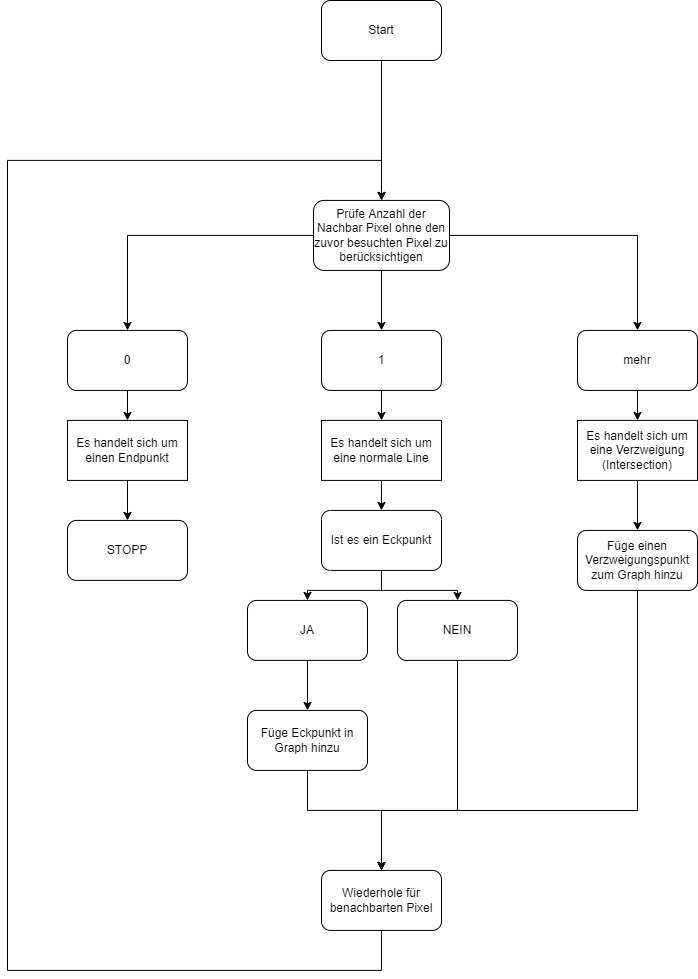
Earlier version of the draw.io export Kapitel/Kapitel-ErstellungEinesGraphen/Dateien/AlgorithmusBlockschaltbild.png (Chris022/matura-arbeit). Source tidied: cells renumbered, new cells last; positions are measured from the earlier drawing's top-left corner, leaving out a move shared by most shapes.
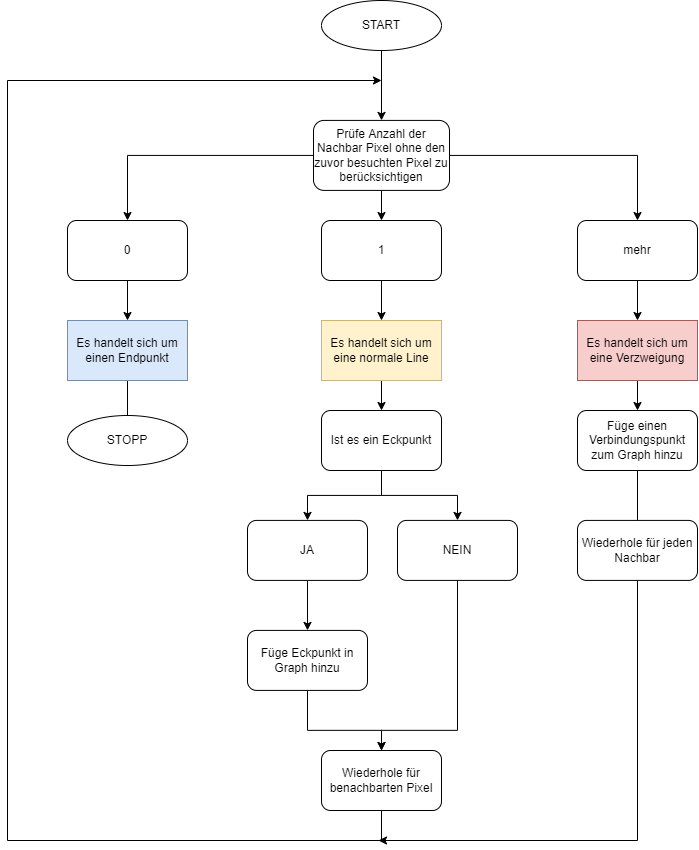
Later version of the same file.

The edit, as a diff of the source:
```diff
@@ -18,37 +18,39 @@
       <mxGeometry relative="1" as="geometry" />
     </mxCell>
     <mxCell id="7" value="0" style="rounded=1;whiteSpace=wrap;html=1;" parent="1" vertex="1">
-      <mxGeometry x="60" y="329.9" width="120" height="60" as="geometry" />
+      <mxGeometry x="60" y="300" width="120" height="60" as="geometry" />
     </mxCell>
     <mxCell id="8" style="edgeStyle=orthogonalEdgeStyle;rounded=0;jettySize=auto;html=1;" parent="1" edge="1" source="9" target="15">
       <mxGeometry relative="1" as="geometry" />
     </mxCell>
     <mxCell id="9" value="1" style="rounded=1;whiteSpace=wrap;html=1;" parent="1" vertex="1">
-      <mxGeometry x="314" y="329.9" width="120" height="60" as="geometry" />
+      <mxGeometry x="314" y="300" width="120" height="60" as="geometry" />
     </mxCell>
     <mxCell id="10" style="edgeStyle=orthogonalEdgeStyle;rounded=0;jettySize=auto;html=1;" parent="1" edge="1" source="11" target="17">
       <mxGeometry relative="1" as="geometry" />
     </mxCell>
     <mxCell id="11" value="mehr" style="rounded=1;whiteSpace=wrap;html=1;" parent="1" vertex="1">
-      <mxGeometry x="570" y="329.9" width="120" height="60" as="geometry" />
+      <mxGeometry x="570" y="300" width="120" height="60" as="geometry" />
     </mxCell>
-    <mxCell id="12" style="edgeStyle=orthogonalEdgeStyle;rounded=0;jettySize=auto;html=1;" parent="1" edge="1" source="13" target="29">
-      <mxGeometry relative="1" as="geometry" />
+    <mxCell id="12" style="edgeStyle=orthogonalEdgeStyle;rounded=0;jettySize=auto;html=1;" parent="1" edge="1" source="13">
+      <mxGeometry relative="1" as="geometry">
+        <mxPoint x="120" y="519.9" as="targetPoint" />
+      </mxGeometry>
     </mxCell>
-    <mxCell id="13" value="Es handelt sich um einen Endpunkt" style="rounded=0;whiteSpace=wrap;html=1;" parent="1" vertex="1">
-      <mxGeometry x="60" y="419.9" width="120" height="60" as="geometry" />
+    <mxCell id="13" value="Es handelt sich um einen Endpunkt" style="rounded=0;whiteSpace=wrap;html=1;fillColor=#dae8fc;strokeColor=#6c8ebf;" parent="1" vertex="1">
+      <mxGeometry x="60" y="400" width="120" height="60" as="geometry" />
     </mxCell>
     <mxCell id="14" style="edgeStyle=orthogonalEdgeStyle;rounded=0;jettySize=auto;html=1;" parent="1" edge="1" source="15" target="20">
       <mxGeometry relative="1" as="geometry" />
     </mxCell>
-    <mxCell id="15" value="Es handelt sich um eine normale Line" style="rounded=0;whiteSpace=wrap;html=1;" parent="1" vertex="1">
-      <mxGeometry x="314" y="419.9" width="120" height="60" as="geometry" />
+    <mxCell id="15" value="Es handelt sich um eine normale Line" style="rounded=0;whiteSpace=wrap;html=1;fillColor=#fff2cc;strokeColor=#d6b656;" parent="1" vertex="1">
+      <mxGeometry x="314" y="400" width="120" height="60" as="geometry" />
     </mxCell>
     <mxCell id="16" style="edgeStyle=orthogonalEdgeStyle;rounded=0;jettySize=auto;html=1;" parent="1" edge="1" source="17" target="31">
       <mxGeometry relative="1" as="geometry" />
     </mxCell>
-    <mxCell id="17" value="Es handelt sich um eine Verzweigung (Intersection)" style="rounded=0;whiteSpace=wrap;html=1;" parent="1" vertex="1">
-      <mxGeometry x="570" y="419.9" width="120" height="60" as="geometry" />
+    <mxCell id="17" value="Es handelt sich um eine Verzweigung" style="rounded=0;whiteSpace=wrap;html=1;fillColor=#f8cecc;strokeColor=#b85450;" parent="1" vertex="1">
+      <mxGeometry x="570" y="400" width="120" height="60" as="geometry" />
     </mxCell>
     <mxCell id="18" style="edgeStyle=orthogonalEdgeStyle;rounded=0;jettySize=auto;html=1;" parent="1" edge="1" source="20" target="24">
       <mxGeometry relative="1" as="geometry" />
@@ -57,7 +59,7 @@
       <mxGeometry relative="1" as="geometry" />
     </mxCell>
     <mxCell id="20" value="Ist es ein Eckpunkt" style="rounded=1;whiteSpace=wrap;html=1;" parent="1" vertex="1">
-      <mxGeometry x="314" y="509.9" width="120" height="60" as="geometry" />
+      <mxGeometry x="314" y="490" width="120" height="60" as="geometry" />
     </mxCell>
     <mxCell id="21" style="edgeStyle=orthogonalEdgeStyle;rounded=0;jettySize=auto;html=1;" parent="1" edge="1" source="22" target="28">
       <mxGeometry relative="1" as="geometry" />
@@ -76,18 +78,19 @@
     <mxCell id="24" value="NEIN" style="rounded=1;whiteSpace=wrap;html=1;" parent="1" vertex="1">
       <mxGeometry x="390" y="599.9" width="120" height="60" as="geometry" />
     </mxCell>
-    <mxCell id="25" style="edgeStyle=orthogonalEdgeStyle;rounded=0;jettySize=auto;html=1;entryX=0.5;entryY=0;entryDx=0;entryDy=0;" parent="1" edge="1" source="26" target="5">
+    <mxCell id="25" style="edgeStyle=orthogonalEdgeStyle;rounded=0;jettySize=auto;html=1;" parent="1" edge="1" source="26">
       <mxGeometry relative="1" as="geometry">
+        <mxPoint x="374" y="160" as="targetPoint" />
         <Array as="points">
-          <mxPoint x="374" y="969.9" />
-          <mxPoint y="969.9" />
-          <mxPoint y="159.9" />
-          <mxPoint x="374" y="159.9" />
+          <mxPoint x="374" y="920" />
+          <mxPoint y="920" />
+          <mxPoint y="160" />
+          <mxPoint x="374" y="160" />
         </Array>
       </mxGeometry>
     </mxCell>
     <mxCell id="26" value="Wiederhole für benachbarten Pixel" style="rounded=1;whiteSpace=wrap;html=1;" parent="1" vertex="1">
-      <mxGeometry x="314" y="869.9" width="120" height="60" as="geometry" />
+      <mxGeometry x="314" y="830" width="120" height="60" as="geometry" />
     </mxCell>
     <mxCell id="27" style="edgeStyle=orthogonalEdgeStyle;rounded=0;jettySize=auto;html=1;" parent="1" edge="1" source="28" target="26">
       <mxGeometry relative="1" as="geometry">
@@ -100,25 +103,38 @@
     <mxCell id="28" value="Füge Eckpunkt in Graph hinzu" style="rounded=1;whiteSpace=wrap;html=1;" parent="1" vertex="1">
       <mxGeometry x="240" y="709.9" width="120" height="60" as="geometry" />
     </mxCell>
-    <mxCell id="29" value="STOPP" style="rounded=1;whiteSpace=wrap;html=1;" parent="1" vertex="1">
-      <mxGeometry x="60" y="519.9" width="120" height="60" as="geometry" />
-    </mxCell>
-    <mxCell id="30" style="edgeStyle=orthogonalEdgeStyle;rounded=0;jettySize=auto;html=1;entryX=0.5;entryY=0;entryDx=0;entryDy=0;exitX=0.5;exitY=1;exitDx=0;exitDy=0;" parent="1" edge="1" source="31" target="26">
-      <mxGeometry relative="1" as="geometry">
-        <Array as="points">
-          <mxPoint x="630" y="810" />
-          <mxPoint x="374" y="810" />
-        </Array>
-      </mxGeometry>
-    </mxCell>
+    <mxCell id="34" style="edgeStyle=orthogonalEdgeStyle;rounded=0;jettySize=auto;html=1;startArrow=none;" parent="1" edge="1" source="37">
+      <mxGeometry relative="1" as="geometry">
+        <mxPoint x="630" y="639.9" as="targetPoint" />
+      </mxGeometry>
+    </mxCell>
-    <mxCell id="31" value="Füge einen Verzweigungspunkt zum Graph hinzu" style="rounded=1;whiteSpace=wrap;html=1;" parent="1" vertex="1">
-      <mxGeometry x="570" y="529.9" width="120" height="60" as="geometry" />
+    <mxCell id="31" value="Füge einen Verbindungspunkt zum Graph hinzu" style="rounded=1;whiteSpace=wrap;html=1;" parent="1" vertex="1">
+      <mxGeometry x="570" y="490" width="120" height="60" as="geometry" />
     </mxCell>
-    <mxCell id="32" style="edgeStyle=orthogonalEdgeStyle;rounded=0;jettySize=auto;html=1;entryX=0.5;entryY=0;entryDx=0;entryDy=0;" parent="1" edge="1" source="33" target="5">
-      <mxGeometry relative="1" as="geometry" />
+    <mxCell id="32" style="edgeStyle=orthogonalEdgeStyle;rounded=0;jettySize=auto;html=1;entryX=0.5;entryY=0;entryDx=0;entryDy=0;" parent="1" edge="1" target="5">
+      <mxGeometry relative="1" as="geometry">
+        <mxPoint x="374" y="130" as="sourcePoint" />
+      </mxGeometry>
     </mxCell>
-    <mxCell id="33" value="Start" style="rounded=1;whiteSpace=wrap;html=1;" parent="1" vertex="1">
-      <mxGeometry x="314" width="120" height="60" as="geometry" />
-    </mxCell>
+    <mxCell id="35" style="edgeStyle=orthogonalEdgeStyle;rounded=0;jettySize=auto;html=1;exitX=0.5;exitY=1;exitDx=0;exitDy=0;" parent="1" edge="1" source="37">
+      <mxGeometry relative="1" as="geometry">
+        <mxPoint x="371" y="920" as="targetPoint" />
+        <Array as="points">
+          <mxPoint x="630" y="920" />
+        </Array>
+      </mxGeometry>
+    </mxCell>
+    <mxCell id="29" value="STOPP" style="ellipse;whiteSpace=wrap;html=1;" parent="1" vertex="1">
+      <mxGeometry x="60" y="495" width="120" height="50" as="geometry" />
+    </mxCell>
+    <mxCell id="36" value="START" style="ellipse;whiteSpace=wrap;html=1;" parent="1" vertex="1">
+      <mxGeometry x="314" y="80" width="120" height="50" as="geometry" />
+    </mxCell>
+    <mxCell id="37" value="Wiederhole für jeden Nachbar" style="rounded=1;whiteSpace=wrap;html=1;" parent="1" vertex="1">
+      <mxGeometry x="570" y="599.9" width="120" height="60" as="geometry" />
+    </mxCell>
+    <mxCell id="38" style="edgeStyle=orthogonalEdgeStyle;rounded=0;jettySize=auto;html=1;endArrow=none;" parent="1" edge="1" source="31" target="37">
+      <mxGeometry relative="1" as="geometry" />
+    </mxCell>
   </root>
 </mxGraphModel>
```
